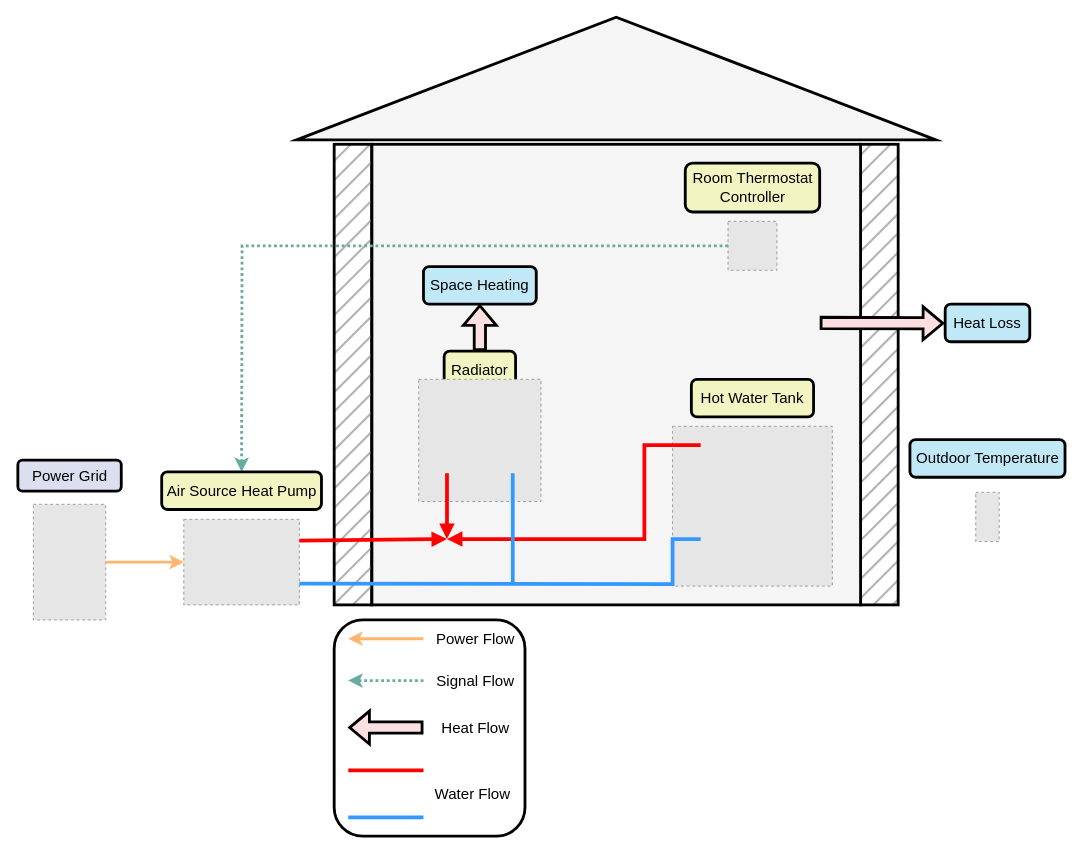
Before: page "HP" (7 of 7) of RBC.drawio in Qiuyi-Hong/Rule-Based-Control, a draw.io diagram. Source tidied: cells renumbered, new cells numbered last; positions are measured from the earlier drawing's top-left corner, leaving out a move shared by most shapes. Both pictures are drawn from the tidied source at 94%, with x=0, y=0 at pixel (18, -242). Pictures stored in the file or linked from it are replaced by grey dashed boxes.
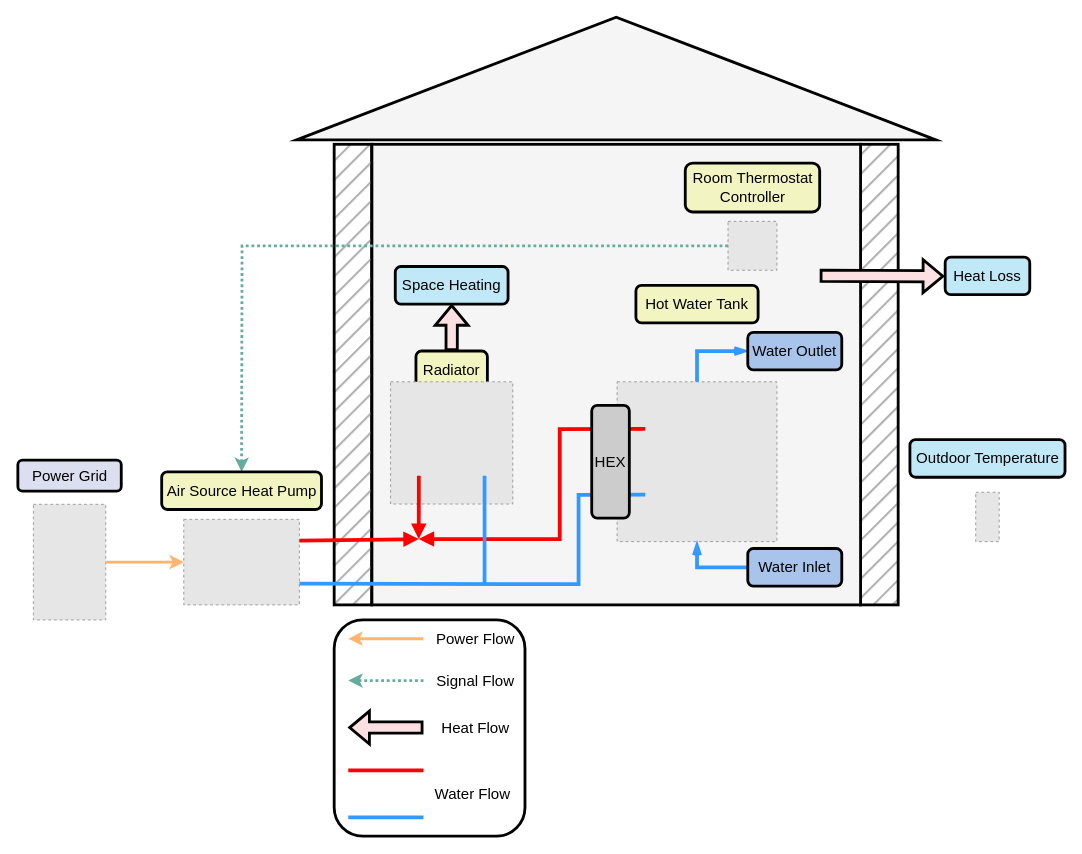
After the change.

Unchanged cells that the change refers to:
```xml
<mxCell id="3" style="rounded=0;whiteSpace=wrap;html=1;strokeWidth=3;fillColor=#f5f5f5;fontColor=#333333;strokeColor=#000000;" parent="1" vertex="1">
  <mxGeometry x="376" y="410" width="520" height="490" as="geometry" />
</mxCell>
<mxCell id="14" style="fillColor=#E6E6E6;strokeColor=#999999;dashed=1;verticalLabelPosition=bottom;labelBackgroundColor=default;verticalAlign=top;" parent="1" vertex="1">
  <mxGeometry x="176" y="809" width="123" height="91" as="geometry" />
</mxCell>
```

What changed in the source:
```diff
@@
     <mxCell id="7" value="&lt;font style=&quot;font-size: 16px;&quot;&gt;Radiator&lt;/font&gt;" style="rounded=1;whiteSpace=wrap;html=1;fillColor=#F2F4C1;strokeColor=#000000;strokeWidth=3;" parent="1" vertex="1">
-      <mxGeometry x="453" y="630" width="76" height="40" as="geometry" />
+      <mxGeometry x="423" y="629.9" width="76" height="40" as="geometry" />
     </mxCell>
@@
-    <mxCell id="9" value="&lt;font style=&quot;font-size: 16px;&quot;&gt;Heat Loss&lt;/font&gt;" style="rounded=1;whiteSpace=wrap;html=1;fillColor=#C1E8F7;strokeColor=#000000;strokeWidth=3;" parent="1" vertex="1">
-      <mxGeometry x="986" y="580.1" width="90" height="40" as="geometry" />
-    </mxCell>
-    <mxCell id="10" style="shape=flexArrow;endArrow=classic;html=1;rounded=0;strokeWidth=3;exitX=1;exitY=0.75;exitDx=0;exitDy=0;entryX=0;entryY=0.5;entryDx=0;entryDy=0;fillColor=#FCE0E1;strokeColor=#000000;" parent="1" edge="1">
-      <mxGeometry relative="1" as="geometry">
-        <mxPoint x="852.5" y="600" as="sourcePoint" />
-        <mxPoint x="985" y="600.5" as="targetPoint" />
-      </mxGeometry>
-    </mxCell>
     <mxCell id="11" value="&lt;font style=&quot;font-size: 16px;&quot;&gt;Space Heating&lt;/font&gt;" style="rounded=1;whiteSpace=wrap;html=1;fillColor=#C1E8F7;strokeColor=#000000;strokeWidth=3;" parent="1" vertex="1">
-      <mxGeometry x="431" y="540.1" width="120" height="40" as="geometry" />
+      <mxGeometry x="401" y="540" width="120" height="40" as="geometry" />
     </mxCell>
@@
     <mxCell id="13" style="fillColor=#E6E6E6;strokeColor=#999999;dashed=1;verticalLabelPosition=bottom;labelBackgroundColor=default;verticalAlign=top;" parent="1" vertex="1">
-      <mxGeometry x="426" y="660" width="130" height="130" as="geometry" />
+      <mxGeometry x="396" y="662.7" width="130" height="130" as="geometry" />
     </mxCell>
@@
     <mxCell id="15" style="fillColor=#E6E6E6;strokeColor=#999999;dashed=1;verticalLabelPosition=bottom;labelBackgroundColor=default;verticalAlign=top;" parent="1" vertex="1">
-      <mxGeometry x="696" y="710" width="170" height="170" as="geometry" />
+      <mxGeometry x="637" y="662.7" width="170" height="170" as="geometry" />
     </mxCell>
-    <mxCell id="16" style="endArrow=none;html=1;rounded=0;entryX=0.176;entryY=0.118;entryDx=0;entryDy=0;entryPerimeter=0;endFill=0;startArrow=block;startFill=1;strokeWidth=4;strokeColor=#FF0000;" parent="1" edge="1" target="15">
+    <mxCell id="16" style="endArrow=none;html=1;rounded=0;entryX=0.176;entryY=0.294;entryDx=0;entryDy=0;entryPerimeter=0;endFill=0;startArrow=block;startFill=1;strokeWidth=4;strokeColor=#FF0000;exitX=0.096;exitY=0.857;exitDx=0;exitDy=0;exitPerimeter=0;" parent="1" edge="1" source="3" target="15">
       <mxGeometry relative="1" as="geometry">
-        <mxPoint x="456" y="830" as="sourcePoint" />
         <Array as="points">
-          <mxPoint x="666" y="830" />
-          <mxPoint x="666" y="730" />
+          <mxPoint x="576" y="830" />
+          <mxPoint x="576" y="713" />
         </Array>
       </mxGeometry>
     </mxCell>
     <mxCell id="17" style="endArrow=none;html=1;rounded=0;exitX=1;exitY=0.75;exitDx=0;exitDy=0;entryX=0.176;entryY=0.706;entryDx=0;entryDy=0;entryPerimeter=0;endFill=0;strokeWidth=4;strokeColor=#3399FF;" parent="1" edge="1" source="14" target="15">
       <mxGeometry relative="1" as="geometry">
         <Array as="points">
-          <mxPoint x="696" y="878" />
-          <mxPoint x="696" y="830" />
+          <mxPoint x="596" y="878" />
+          <mxPoint x="596" y="783" />
         </Array>
       </mxGeometry>
     </mxCell>
     <mxCell id="18" style="endArrow=none;html=1;rounded=0;entryX=0.231;entryY=0.769;entryDx=0;entryDy=0;entryPerimeter=0;startArrow=block;startFill=1;strokeWidth=4;strokeColor=#FF0000;" parent="1" edge="1" target="13">
       <mxGeometry relative="1" as="geometry">
-        <mxPoint x="456" y="830" as="sourcePoint" />
+        <mxPoint x="426" y="830" as="sourcePoint" />
       </mxGeometry>
     </mxCell>
     <mxCell id="19" style="endArrow=none;html=1;rounded=0;entryX=0.769;entryY=0.769;entryDx=0;entryDy=0;entryPerimeter=0;strokeWidth=4;strokeColor=#3399FF;" parent="1" edge="1" target="13">
       <mxGeometry relative="1" as="geometry">
-        <mxPoint x="526" y="878" as="sourcePoint" />
+        <mxPoint x="496" y="878" as="sourcePoint" />
       </mxGeometry>
     </mxCell>
     <mxCell id="20" style="endArrow=block;html=1;rounded=0;exitX=1;exitY=0.25;exitDx=0;exitDy=0;endFill=1;strokeWidth=4;strokeColor=#FF0000;" parent="1" edge="1" source="14">
       <mxGeometry relative="1" as="geometry">
-        <mxPoint x="456" y="830" as="targetPoint" />
+        <mxPoint x="426" y="830" as="targetPoint" />
       </mxGeometry>
     </mxCell>
     <mxCell id="21" value="&lt;font style=&quot;font-size: 16px;&quot;&gt;Hot Water Tank&lt;/font&gt;" style="rounded=1;whiteSpace=wrap;html=1;fillColor=#F2F4C1;strokeColor=#000000;strokeWidth=3;" parent="1" vertex="1">
-      <mxGeometry x="716" y="660" width="130" height="40" as="geometry" />
+      <mxGeometry x="657" y="560" width="130" height="40" as="geometry" />
     </mxCell>
@@
+    <mxCell id="41" value="&lt;font style=&quot;font-size: 16px;&quot;&gt;HEX&lt;/font&gt;" style="rounded=1;whiteSpace=wrap;html=1;strokeWidth=3;fillColor=#CCCCCC;" parent="1" vertex="1">
+      <mxGeometry x="610" y="687.7" width="40" height="120" as="geometry" />
+    </mxCell>
+    <mxCell id="42" style="group;" parent="1" vertex="1">
+      <mxGeometry x="852.5" y="530" width="223.5" height="40" as="geometry" />
+    </mxCell>
+    <mxCell id="9" value="&lt;font style=&quot;font-size: 16px;&quot;&gt;Heat Loss&lt;/font&gt;" style="rounded=1;whiteSpace=wrap;html=1;fillColor=#C1E8F7;strokeColor=#000000;strokeWidth=3;" parent="42" vertex="1">
+      <mxGeometry x="133.5" width="90" height="40" as="geometry" />
+    </mxCell>
+    <mxCell id="10" style="shape=flexArrow;endArrow=classic;html=1;rounded=0;strokeWidth=3;exitX=1;exitY=0.75;exitDx=0;exitDy=0;entryX=0;entryY=0.5;entryDx=0;entryDy=0;fillColor=#FCE0E1;strokeColor=#000000;" parent="42" edge="1">
+      <mxGeometry relative="1" as="geometry">
+        <mxPoint y="19.9" as="sourcePoint" />
+        <mxPoint x="132.5" y="20.4" as="targetPoint" />
+      </mxGeometry>
+    </mxCell>
+    <mxCell id="43" style="endArrow=none;html=1;rounded=0;exitX=0.5;exitY=1;exitDx=0;exitDy=0;strokeWidth=4;strokeColor=#3399FF;startArrow=openThin;startFill=0;endFill=0;entryX=0;entryY=0.5;entryDx=0;entryDy=0;" parent="1" edge="1" source="15" target="45">
+      <mxGeometry relative="1" as="geometry">
+        <Array as="points">
+          <mxPoint x="722" y="860" />
+        </Array>
+      </mxGeometry>
+    </mxCell>
+    <mxCell id="44" style="endArrow=none;html=1;rounded=0;strokeWidth=4;strokeColor=#3399FF;startArrow=openThin;startFill=0;endFill=0;entryX=0.5;entryY=0;entryDx=0;entryDy=0;exitX=0;exitY=0.5;exitDx=0;exitDy=0;" parent="1" edge="1" source="46" target="15">
+      <mxGeometry relative="1" as="geometry">
+        <Array as="points">
+          <mxPoint x="722" y="630" />
+        </Array>
+      </mxGeometry>
+    </mxCell>
+    <mxCell id="45" value="&lt;font style=&quot;font-size: 16px;&quot;&gt;Water Inlet&lt;/font&gt;" style="rounded=1;whiteSpace=wrap;html=1;fillColor=#A9C4EB;strokeColor=#000000;strokeWidth=3;" parent="1" vertex="1">
+      <mxGeometry x="776" y="840" width="100" height="40" as="geometry" />
+    </mxCell>
+    <mxCell id="46" value="&lt;font style=&quot;font-size: 16px;&quot;&gt;Water Outlet&lt;/font&gt;" style="rounded=1;whiteSpace=wrap;html=1;fillColor=#A9C4EB;strokeColor=#000000;strokeWidth=3;" parent="1" vertex="1">
+      <mxGeometry x="776" y="610" width="100" height="40" as="geometry" />
+    </mxCell>
```
